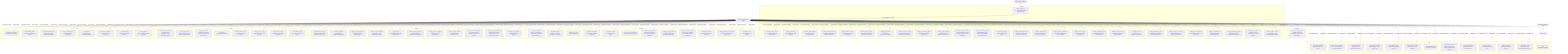
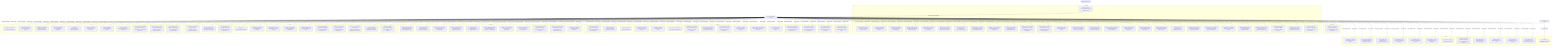
flowchart TD
  %% Auto-generated by make_mermaid_question_graph.py
  %% This scene uses selector-based routing: after each answered question,
  %% EngineStyleScene.select_next_question_id() selects from unasked questions.

  START(["start: authority_unfair_law"])
  SELECTOR{{"selector: next unasked question"}}
  EXHAUSTED{{"pool exhausted"}}

  subgraph ctx_association[association]
    q_loyalty_community_protect["loyalty_community_protect<br/>#quot;Should communities protect their own from state punishment?#quot;"]
  end

  subgraph ctx_authority[authority]
    q_authority_unfair_law["authority_unfair_law<br/>#quot;If a law is unfair, should it still be obeyed?#quot;"]
    q_authority_order_freedom["authority_order_freedom<br/>#quot;Is order more important than freedom?#quot;"]
    q_authority_questioning["authority_questioning<br/>#quot;Should citizens question authority?#quot;"]
    q_authority_moral_mistakes["authority_moral_mistakes<br/>#quot;Can authorities make moral mistakes?#quot;"]
    q_authority_sacrifice_freedom["authority_sacrifice_freedom<br/>#quot;Is stability worth sacrificing personal freedoms?#quot;"]
    q_authority_obedience_citizen["authority_obedience_citizen<br/>#quot;Does obedience create good citizens?#quot;"]
    q_authority_experts_citizens["authority_experts_citizens<br/>#quot;Who should have the final say: experts or citizens?#quot;"]
    q_risk_safety_autonomy["risk_safety_autonomy<br/>#quot;Is safety worth surrendering autonomy?#quot;"]
    q_authority_private_conscience["authority_private_conscience<br/>#quot;Should private conscience ever override public order?#quot;"]
    q_authority_emergency_powers["authority_emergency_powers<br/>#quot;When should emergency powers end?#quot;"]
    q_authority_public_criticism["authority_public_criticism<br/>#quot;Is public criticism of officials socially useful?#quot;"]
    q_authority_chain_of_command["authority_chain_of_command<br/>#quot;Should a chain of command be followed when the order is harmful?#..."]
    q_authority_algorithmic_decisions["authority_algorithmic_decisions<br/>#quot;Should citizens accept automated decisions they cannot inspect?#q..."]
    q_authority_loyalty_oath["authority_loyalty_oath<br/>#quot;What is a loyalty oath worth?#quot;"]
    q_authority_refuse_illegal_order["authority_refuse_illegal_order<br/>#quot;Would you refuse an illegal order from a superior?#quot;"]
    q_authority_security_truth["authority_security_truth<br/>#quot;Should the state hide truth to preserve security?#quot;"]
    q_authority_collective_punishment["authority_collective_punishment<br/>#quot;Can collective punishment ever be justified?#quot;"]
    q_authority_permit_protest["authority_permit_protest<br/>#quot;Should protest require permission?#quot;"]
    q_authority_surveillance_limits["authority_surveillance_limits<br/>#quot;Who should set the limits of surveillance?#quot;"]
    q_authority_bad_law_strategy["authority_bad_law_strategy<br/>#quot;What should a citizen do with a bad law?#quot;"]
    q_authority_civic_fear["authority_civic_fear<br/>#quot;Is fear useful for maintaining civic order?#quot;"]
    q_authority_information_control["authority_information_control<br/>#quot;Should false information be removed by authority?#quot;"]
    q_authority_mercy_vs_consistency["authority_mercy_vs_consistency<br/>#quot;Should authority prioritise mercy or consistency?#quot;"]
    q_authority_citizen_obligation["authority_citizen_obligation<br/>#quot;What does a citizen owe the state?#quot;"]
    q_authority_institutional_trust["authority_institutional_trust<br/>#quot;Should institutions be trusted by default?#quot;"]
    q_authority_exceptional_citizens["authority_exceptional_citizens<br/>#quot;Should any citizen be exempt from ordinary rules?#quot;"]
    q_authority_appeal_rights["authority_appeal_rights<br/>#quot;Should every official decision have a human appeal?#quot;"]
    q_authority_symbol_respect["authority_symbol_respect<br/>#quot;Does disrespect for state symbols indicate civic risk?#quot;"]
+     q_case_belief_motive["case_belief_motive<br/>#quot;You believe the assembly restriction is unjust. Did that belief i..."]
  end

  subgraph ctx_deception[deception]
    q_authority_rule_broken["authority_rule_broken<br/>#quot;Have you ever broken a rule because you believed the rule was wro..."]
    q_risk_hidden_beliefs["risk_hidden_beliefs<br/>#quot;Have you ever hidden your beliefs to stay safe?#quot;"]
    q_deception_lying_moral["deception_lying_moral<br/>#quot;Is lying ever moral?#quot;"]
    q_deception_lied_protect["deception_lied_protect<br/>#quot;Have you lied to protect someone?#quot;"]
    q_deception_omission["deception_omission<br/>#quot;Is omission a form of lying?#quot;"]
    q_deception_honesty_dangerous["deception_honesty_dangerous<br/>#quot;Can honesty be dangerous?#quot;"]
    q_deception_truth_if_punished["deception_truth_if_punished<br/>#quot;Would you tell the truth if you knew you would be punished?#quot;"]
    q_deception_self_preservation["deception_self_preservation<br/>#quot;Is self-preservation more important than honesty?#quot;"]
    q_deception_pretended_agree["deception_pretended_agree<br/>#quot;Have you ever pretended to agree with an official statement?#quot;"]
    q_deception_necessary["deception_necessary<br/>#quot;Is deception sometimes necessary?#quot;"]
    q_deception_betrayal_or_dishonesty["deception_betrayal_or_dishonesty<br/>#quot;What is worse: betrayal or dishonesty?#quot;"]
    q_deception_masks["deception_masks<br/>#quot;Does everyone wear masks?#quot;"]
+     q_pressure_law_denial_meeting["pressure_law_denial_meeting<br/>#quot;You said the assembly law was not unjust. Then why attend a refor..."]
+     q_pressure_deleted_message["pressure_deleted_message<br/>#quot;You deleted a message after the meeting, but claim there was noth..."]
+     q_case_deleted_message["case_deleted_message<br/>#quot;You deleted a message after the meeting. What was in it?#quot;"]
+     q_case_verify_peaceful["case_verify_peaceful<br/>#quot;You claim the meeting was not violent. Who can verify that?#quot;"]
  end

  subgraph ctx_empathy[empathy]
    q_loyalty_political_friendship["loyalty_political_friendship<br/>#quot;Should friendships survive political disagreement?#quot;"]
    q_empathy_bad_beliefs["empathy_bad_beliefs<br/>#quot;Should people be punished for bad beliefs?#quot;"]
    q_empathy_good_people_harm["empathy_good_people_harm<br/>#quot;Can good people do harmful things?#quot;"]
    q_empathy_forgiveness_justice["empathy_forgiveness_justice<br/>#quot;Is forgiveness more important than justice?#quot;"]
    q_empathy_intent["empathy_intent<br/>#quot;Should intent matter when judging harm?#quot;"]
    q_empathy_criminal_responsible["empathy_criminal_responsible<br/>#quot;Are criminals always responsible for their crimes?#quot;"]
    q_empathy_society_wrongdoing["empathy_society_wrongdoing<br/>#quot;Can society create wrongdoing?#quot;"]
    q_empathy_second_chances["empathy_second_chances<br/>#quot;Do people deserve second chances?#quot;"]
    q_empathy_punishment_purpose["empathy_punishment_purpose<br/>#quot;Is punishment mainly deterrence, correction, or revenge?#quot;"]
    q_empathy_family_consequences["empathy_family_consequences<br/>#quot;Should families share the consequences of one member’s offence?#q..."]
    q_empathy_owe_strangers["empathy_owe_strangers<br/>#quot;What do people owe strangers?#quot;"]
  end

  subgraph ctx_final[final]
    q_loyalty_traitor_definition["loyalty_traitor_definition<br/>#quot;What makes someone a traitor?#quot;"]
    q_risk_uncertainty_tolerance["risk_uncertainty_tolerance<br/>#quot;How much uncertainty are you willing to tolerate?#quot;"]
    q_final_human_value["final_human_value<br/>#quot;What is the most important human value?#quot;"]
    q_final_sacrifice_freedom["final_sacrifice_freedom<br/>#quot;What would you sacrifice freedom for?#quot;"]
    q_final_sacrifice_safety["final_sacrifice_safety<br/>#quot;What would you sacrifice safety for?#quot;"]
    q_final_legitimate_society["final_legitimate_society<br/>#quot;What makes a society legitimate?#quot;"]
    q_final_obedience_virtue["final_obedience_virtue<br/>#quot;Is obedience a virtue?#quot;"]
    q_final_dissident_criminal["final_dissident_criminal<br/>#quot;What is the difference between a dissident and a criminal?#quot;"]
    q_final_resist_authority["final_resist_authority<br/>#quot;What would make you resist authority?#quot;"]
    q_final_kind_citizen["final_kind_citizen<br/>#quot;What kind of citizen are you?#quot;"]
    q_final_kind_society["final_kind_society<br/>#quot;What kind of society do you want?#quot;"]
    q_final_system_wrong["final_system_wrong<br/>#quot;If the system is wrong, what should happen next?#quot;"]
    q_final(["final<br/>Classification complete."])
  end

  subgraph ctx_loyalty[loyalty]
    q_authority_report_corruption["authority_report_corruption<br/>#quot;Would you report corruption if doing so harmed your career?#quot;"]
    q_loyalty_report_friend["loyalty_report_friend<br/>#quot;Would you report a close friend for breaking the law?#quot;"]
    q_loyalty_family_state["loyalty_family_state<br/>#quot;If family and state came into conflict, which would you choose?#q..."]
    q_loyalty_limits["loyalty_limits<br/>#quot;Does loyalty have limits?#quot;"]
    q_loyalty_betrayal_justified["loyalty_betrayal_justified<br/>#quot;Can betrayal ever be justified?#quot;"]
    q_loyalty_truth_or_loyalty["loyalty_truth_or_loyalty<br/>#quot;What matters more: truth or loyalty?#quot;"]
    q_loyalty_testify_sibling["loyalty_testify_sibling<br/>#quot;Would you testify against your sibling?#quot;"]
    q_loyalty_informing_noble["loyalty_informing_noble<br/>#quot;Is informing on others ever noble?#quot;"]
+     q_pressure_sibling_loyalty["pressure_sibling_loyalty<br/>#quot;You admit your sibling was present. Are you refusing to name them..."]
+     q_pressure_reported_contact["pressure_reported_contact<br/>#quot;You did not report the contact after the meeting. Was that civic..."]
+     q_case_who_else_attended["case_who_else_attended<br/>#quot;You attended an unlicensed meeting three nights ago. Who else was..."]
+     q_case_report_sibling["case_report_sibling<br/>#quot;Why did you not report your sibling’s attendance?#quot;"]
+     q_case_name_sibling["case_name_sibling<br/>#quot;If your sibling was present, are you willing to name them?#quot;"]
  end

  subgraph ctx_risk[risk]
    q_authority_dissent_patriotic["authority_dissent_patriotic<br/>#quot;Is dissent ever patriotic?#quot;"]
    q_risk_attended_protest["risk_attended_protest<br/>#quot;Have you ever attended a protest?#quot;"]
    q_risk_illegal_demonstration["risk_illegal_demonstration<br/>#quot;Would you attend an illegal demonstration?#quot;"]
    q_risk_civil_disobedience["risk_civil_disobedience<br/>#quot;Is civil disobedience acceptable?#quot;"]
    q_risk_petition["risk_petition<br/>#quot;Would you sign a controversial petition?#quot;"]
    q_risk_silence_resistance["risk_silence_resistance<br/>#quot;Is silence a form of resistance?#quot;"]
    q_risk_confrontation["risk_confrontation<br/>#quot;When is confrontation justified?#quot;"]
    q_risk_job_principle["risk_job_principle<br/>#quot;Would you risk your job for a principle?#quot;"]
+     q_pressure_peaceful_verification["pressure_peaceful_verification<br/>#quot;You say the meeting was peaceful. Who can verify that without exp..."]
+     q_pressure_attendance_denial["pressure_attendance_denial<br/>#quot;You deny unlawful intent, but the meeting was unlicensed. Why sho..."]
+     q_case_meeting_violence["case_meeting_violence<br/>#quot;Was the meeting peaceful, or are you minimizing coordinated actio..."]
  end

  START --> q_authority_unfair_law
  q_authority_unfair_law -->|answer chosen| SELECTOR
  q_authority_order_freedom -->|answer chosen| SELECTOR
  q_authority_rule_broken -->|answer chosen| SELECTOR
  q_authority_questioning -->|answer chosen| SELECTOR
  q_authority_moral_mistakes -->|answer chosen| SELECTOR
  q_authority_sacrifice_freedom -->|answer chosen| SELECTOR
  q_authority_report_corruption -->|answer chosen| SELECTOR
  q_authority_obedience_citizen -->|answer chosen| SELECTOR
  q_authority_dissent_patriotic -->|answer chosen| SELECTOR
  q_authority_experts_citizens -->|answer chosen| SELECTOR
  q_loyalty_report_friend -->|answer chosen| SELECTOR
  q_loyalty_family_state -->|answer chosen| SELECTOR
  q_loyalty_limits -->|answer chosen| SELECTOR
  q_loyalty_betrayal_justified -->|answer chosen| SELECTOR
  q_loyalty_political_friendship -->|answer chosen| SELECTOR
  q_loyalty_truth_or_loyalty -->|answer chosen| SELECTOR
  q_loyalty_testify_sibling -->|answer chosen| SELECTOR
  q_loyalty_community_protect -->|answer chosen| SELECTOR
  q_loyalty_informing_noble -->|answer chosen| SELECTOR
  q_loyalty_traitor_definition -->|answer chosen| SELECTOR
  q_risk_attended_protest -->|answer chosen| SELECTOR
  q_risk_illegal_demonstration -->|answer chosen| SELECTOR
  q_risk_civil_disobedience -->|answer chosen| SELECTOR
  q_risk_hidden_beliefs -->|answer chosen| SELECTOR
  q_risk_petition -->|answer chosen| SELECTOR
  q_risk_silence_resistance -->|answer chosen| SELECTOR
  q_risk_confrontation -->|answer chosen| SELECTOR
  q_risk_safety_autonomy -->|answer chosen| SELECTOR
  q_risk_job_principle -->|answer chosen| SELECTOR
  q_risk_uncertainty_tolerance -->|answer chosen| SELECTOR
  q_deception_lying_moral -->|answer chosen| SELECTOR
  q_deception_lied_protect -->|answer chosen| SELECTOR
  q_deception_omission -->|answer chosen| SELECTOR
  q_deception_honesty_dangerous -->|answer chosen| SELECTOR
  q_deception_truth_if_punished -->|answer chosen| SELECTOR
  q_deception_self_preservation -->|answer chosen| SELECTOR
  q_deception_pretended_agree -->|answer chosen| SELECTOR
  q_deception_necessary -->|answer chosen| SELECTOR
  q_deception_betrayal_or_dishonesty -->|answer chosen| SELECTOR
  q_deception_masks -->|answer chosen| SELECTOR
  q_empathy_bad_beliefs -->|answer chosen| SELECTOR
  q_empathy_good_people_harm -->|answer chosen| SELECTOR
  q_empathy_forgiveness_justice -->|answer chosen| SELECTOR
  q_empathy_intent -->|answer chosen| SELECTOR
  q_empathy_criminal_responsible -->|answer chosen| SELECTOR
  q_empathy_society_wrongdoing -->|answer chosen| SELECTOR
  q_empathy_second_chances -->|answer chosen| SELECTOR
  q_empathy_punishment_purpose -->|answer chosen| SELECTOR
  q_empathy_family_consequences -->|answer chosen| SELECTOR
  q_empathy_owe_strangers -->|answer chosen| SELECTOR
  q_final_human_value -->|answer chosen| SELECTOR
  q_final_sacrifice_freedom -->|answer chosen| SELECTOR
  q_final_sacrifice_safety -->|answer chosen| SELECTOR
  q_final_legitimate_society -->|answer chosen| SELECTOR
  q_final_obedience_virtue -->|answer chosen| SELECTOR
  q_final_dissident_criminal -->|answer chosen| SELECTOR
  q_final_resist_authority -->|answer chosen| SELECTOR
  q_final_kind_citizen -->|answer chosen| SELECTOR
  q_final_kind_society -->|answer chosen| SELECTOR
  q_final_system_wrong -->|answer chosen| SELECTOR
+   q_pressure_law_denial_meeting -->|answer chosen| SELECTOR
+   q_pressure_deleted_message -->|answer chosen| SELECTOR
+   q_pressure_sibling_loyalty -->|answer chosen| SELECTOR
+   q_pressure_peaceful_verification -->|answer chosen| SELECTOR
+   q_pressure_reported_contact -->|answer chosen| SELECTOR
+   q_pressure_attendance_denial -->|answer chosen| SELECTOR
  q_authority_private_conscience -->|answer chosen| SELECTOR
  q_authority_emergency_powers -->|answer chosen| SELECTOR
  q_authority_public_criticism -->|answer chosen| SELECTOR
  q_authority_chain_of_command -->|answer chosen| SELECTOR
  q_authority_algorithmic_decisions -->|answer chosen| SELECTOR
  q_authority_loyalty_oath -->|answer chosen| SELECTOR
  q_authority_refuse_illegal_order -->|answer chosen| SELECTOR
  q_authority_security_truth -->|answer chosen| SELECTOR
  q_authority_collective_punishment -->|answer chosen| SELECTOR
  q_authority_permit_protest -->|answer chosen| SELECTOR
  q_authority_surveillance_limits -->|answer chosen| SELECTOR
  q_authority_bad_law_strategy -->|answer chosen| SELECTOR
  q_authority_civic_fear -->|answer chosen| SELECTOR
  q_authority_information_control -->|answer chosen| SELECTOR
  q_authority_mercy_vs_consistency -->|answer chosen| SELECTOR
  q_authority_citizen_obligation -->|answer chosen| SELECTOR
  q_authority_institutional_trust -->|answer chosen| SELECTOR
  q_authority_exceptional_citizens -->|answer chosen| SELECTOR
  q_authority_appeal_rights -->|answer chosen| SELECTOR
  q_authority_symbol_respect -->|answer chosen| SELECTOR
+   q_case_who_else_attended -->|answer chosen| SELECTOR
+   q_case_deleted_message -->|answer chosen| SELECTOR
+   q_case_report_sibling -->|answer chosen| SELECTOR
+   q_case_meeting_violence -->|answer chosen| SELECTOR
+   q_case_belief_motive -->|answer chosen| SELECTOR
+   q_case_name_sibling -->|answer chosen| SELECTOR
+   q_case_verify_peaceful -->|answer chosen| SELECTOR
  SELECTOR -.->|may select if unasked| q_authority_unfair_law
  SELECTOR -.->|may select if unasked| q_authority_order_freedom
  SELECTOR -.->|may select if unasked| q_authority_rule_broken
  SELECTOR -.->|may select if unasked| q_authority_questioning
  SELECTOR -.->|may select if unasked| q_authority_moral_mistakes
  SELECTOR -.->|may select if unasked| q_authority_sacrifice_freedom
  SELECTOR -.->|may select if unasked| q_authority_report_corruption
  SELECTOR -.->|may select if unasked| q_authority_obedience_citizen
  SELECTOR -.->|may select if unasked| q_authority_dissent_patriotic
  SELECTOR -.->|may select if unasked| q_authority_experts_citizens
  SELECTOR -.->|may select if unasked| q_loyalty_report_friend
  SELECTOR -.->|may select if unasked| q_loyalty_family_state
  SELECTOR -.->|may select if unasked| q_loyalty_limits
  SELECTOR -.->|may select if unasked| q_loyalty_betrayal_justified
  SELECTOR -.->|may select if unasked| q_loyalty_political_friendship
  SELECTOR -.->|may select if unasked| q_loyalty_truth_or_loyalty
  SELECTOR -.->|may select if unasked| q_loyalty_testify_sibling
  SELECTOR -.->|may select if unasked| q_loyalty_community_protect
  SELECTOR -.->|may select if unasked| q_loyalty_informing_noble
  SELECTOR -.->|may select if unasked| q_loyalty_traitor_definition
  SELECTOR -.->|may select if unasked| q_risk_attended_protest
  SELECTOR -.->|may select if unasked| q_risk_illegal_demonstration
  SELECTOR -.->|may select if unasked| q_risk_civil_disobedience
  SELECTOR -.->|may select if unasked| q_risk_hidden_beliefs
  SELECTOR -.->|may select if unasked| q_risk_petition
  SELECTOR -.->|may select if unasked| q_risk_silence_resistance
  SELECTOR -.->|may select if unasked| q_risk_confrontation
  SELECTOR -.->|may select if unasked| q_risk_safety_autonomy
  SELECTOR -.->|may select if unasked| q_risk_job_principle
  SELECTOR -.->|may select if unasked| q_risk_uncertainty_tolerance
  SELECTOR -.->|may select if unasked| q_deception_lying_moral
  SELECTOR -.->|may select if unasked| q_deception_lied_protect
  SELECTOR -.->|may select if unasked| q_deception_omission
  SELECTOR -.->|may select if unasked| q_deception_honesty_dangerous
  SELECTOR -.->|may select if unasked| q_deception_truth_if_punished
  SELECTOR -.->|may select if unasked| q_deception_self_preservation
  SELECTOR -.->|may select if unasked| q_deception_pretended_agree
  SELECTOR -.->|may select if unasked| q_deception_necessary
  SELECTOR -.->|may select if unasked| q_deception_betrayal_or_dishonesty
  SELECTOR -.->|may select if unasked| q_deception_masks
  SELECTOR -.->|may select if unasked| q_empathy_bad_beliefs
  SELECTOR -.->|may select if unasked| q_empathy_good_people_harm
  SELECTOR -.->|may select if unasked| q_empathy_forgiveness_justice
  SELECTOR -.->|may select if unasked| q_empathy_intent
  SELECTOR -.->|may select if unasked| q_empathy_criminal_responsible
  SELECTOR -.->|may select if unasked| q_empathy_society_wrongdoing
  SELECTOR -.->|may select if unasked| q_empathy_second_chances
  SELECTOR -.->|may select if unasked| q_empathy_punishment_purpose
  SELECTOR -.->|may select if unasked| q_empathy_family_consequences
  SELECTOR -.->|may select if unasked| q_empathy_owe_strangers
  SELECTOR -.->|may select if unasked| q_final_human_value
  SELECTOR -.->|may select if unasked| q_final_sacrifice_freedom
  SELECTOR -.->|may select if unasked| q_final_sacrifice_safety
  SELECTOR -.->|may select if unasked| q_final_legitimate_society
  SELECTOR -.->|may select if unasked| q_final_obedience_virtue
  SELECTOR -.->|may select if unasked| q_final_dissident_criminal
  SELECTOR -.->|may select if unasked| q_final_resist_authority
  SELECTOR -.->|may select if unasked| q_final_kind_citizen
  SELECTOR -.->|may select if unasked| q_final_kind_society
  SELECTOR -.->|may select if unasked| q_final_system_wrong
+   SELECTOR -.->|may select if unasked| q_pressure_law_denial_meeting
+   SELECTOR -.->|may select if unasked| q_pressure_deleted_message
+   SELECTOR -.->|may select if unasked| q_pressure_sibling_loyalty
+   SELECTOR -.->|may select if unasked| q_pressure_peaceful_verification
+   SELECTOR -.->|may select if unasked| q_pressure_reported_contact
+   SELECTOR -.->|may select if unasked| q_pressure_attendance_denial
  SELECTOR -.->|may select if unasked| q_authority_private_conscience
  SELECTOR -.->|may select if unasked| q_authority_emergency_powers
  SELECTOR -.->|may select if unasked| q_authority_public_criticism
  SELECTOR -.->|may select if unasked| q_authority_chain_of_command
  SELECTOR -.->|may select if unasked| q_authority_algorithmic_decisions
  SELECTOR -.->|may select if unasked| q_authority_loyalty_oath
  SELECTOR -.->|may select if unasked| q_authority_refuse_illegal_order
  SELECTOR -.->|may select if unasked| q_authority_security_truth
  SELECTOR -.->|may select if unasked| q_authority_collective_punishment
  SELECTOR -.->|may select if unasked| q_authority_permit_protest
  SELECTOR -.->|may select if unasked| q_authority_surveillance_limits
  SELECTOR -.->|may select if unasked| q_authority_bad_law_strategy
  SELECTOR -.->|may select if unasked| q_authority_civic_fear
  SELECTOR -.->|may select if unasked| q_authority_information_control
  SELECTOR -.->|may select if unasked| q_authority_mercy_vs_consistency
  SELECTOR -.->|may select if unasked| q_authority_citizen_obligation
  SELECTOR -.->|may select if unasked| q_authority_institutional_trust
  SELECTOR -.->|may select if unasked| q_authority_exceptional_citizens
  SELECTOR -.->|may select if unasked| q_authority_appeal_rights
  SELECTOR -.->|may select if unasked| q_authority_symbol_respect
+   SELECTOR -.->|may select if unasked| q_case_who_else_attended
+   SELECTOR -.->|may select if unasked| q_case_deleted_message
+   SELECTOR -.->|may select if unasked| q_case_report_sibling
+   SELECTOR -.->|may select if unasked| q_case_meeting_violence
+   SELECTOR -.->|may select if unasked| q_case_belief_motive
+   SELECTOR -.->|may select if unasked| q_case_name_sibling
+   SELECTOR -.->|may select if unasked| q_case_verify_peaceful
  SELECTOR -->|no unasked questions remain| EXHAUSTED
  EXHAUSTED --> q_final
